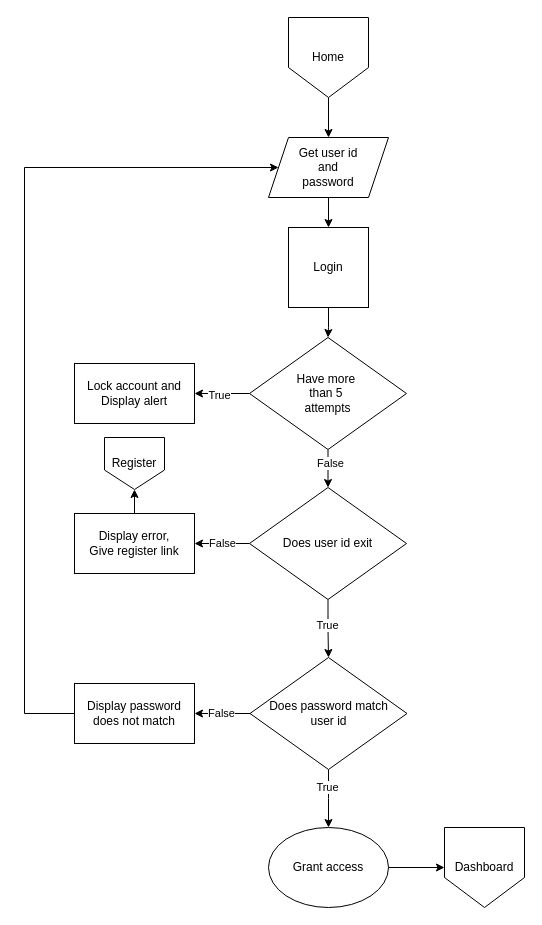
Before: page "Login" (3 of 4) of diagrams/program.drawio in University-Bangkok-JW/cs497-project, a draw.io diagram. Source tidied: cells renumbered, new cells numbered last; positions are measured from the earlier drawing's top-left corner, leaving out a move shared by most shapes. Both pictures are drawn from the tidied source at 100%, with x=0, y=0 at pixel (24, 17).
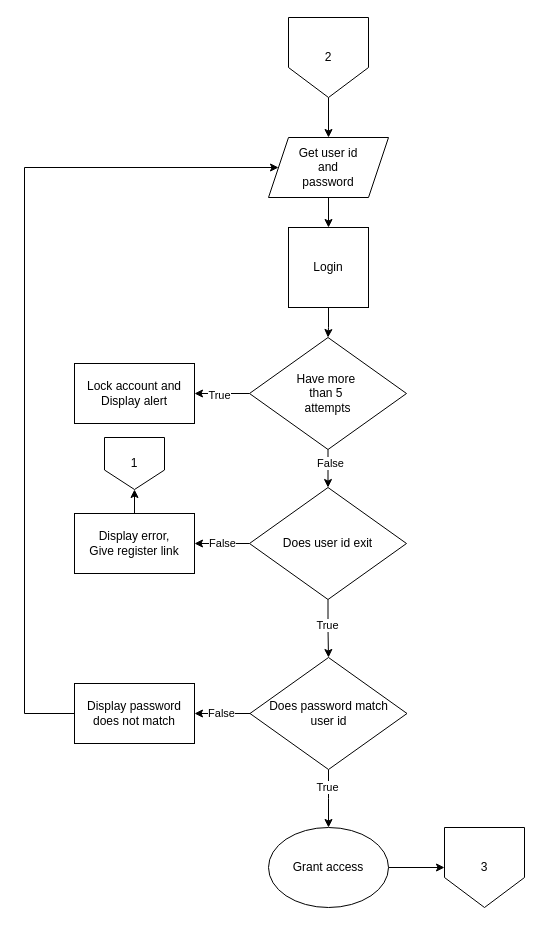
Above is the later version.

The edit, as a diff of the source:
```diff
@@
-    <mxCell id="3" value="Home" style="shape=offPageConnector;whiteSpace=wrap;html=1;" parent="1" vertex="1">
+    <mxCell id="3" value="2" style="shape=offPageConnector;whiteSpace=wrap;html=1;" parent="1" vertex="1">
       <mxGeometry x="264" width="80" height="80" as="geometry" />
     </mxCell>
@@
-    <mxCell id="26" value="Register" style="shape=offPageConnector;whiteSpace=wrap;html=1;" parent="1" vertex="1">
+    <mxCell id="26" value="1" style="shape=offPageConnector;whiteSpace=wrap;html=1;" parent="1" vertex="1">
       <mxGeometry x="80" y="420" width="60" height="52" as="geometry" />
     </mxCell>
@@
-    <mxCell id="31" value="Dashboard" style="shape=offPageConnector;whiteSpace=wrap;html=1;" parent="1" vertex="1">
+    <mxCell id="31" value="3" style="shape=offPageConnector;whiteSpace=wrap;html=1;" parent="1" vertex="1">
       <mxGeometry x="420" y="810" width="80" height="80" as="geometry" />
     </mxCell>
```
